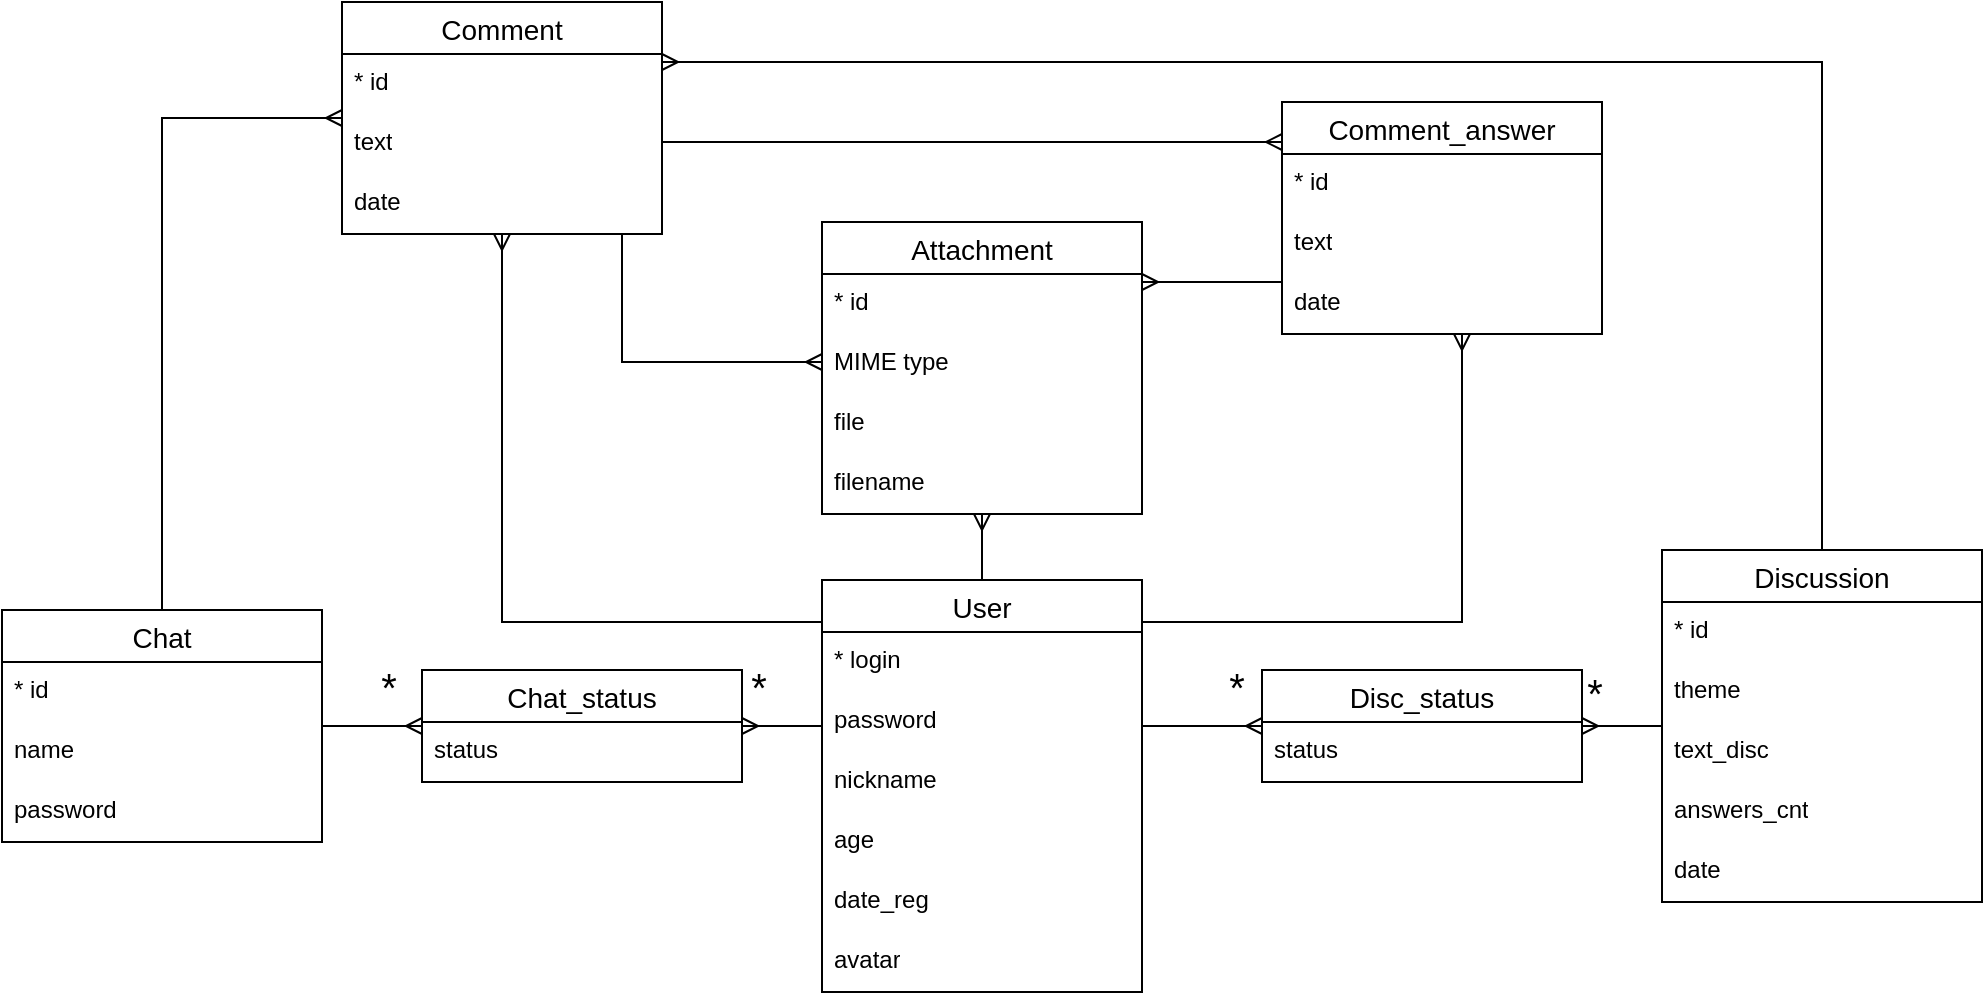
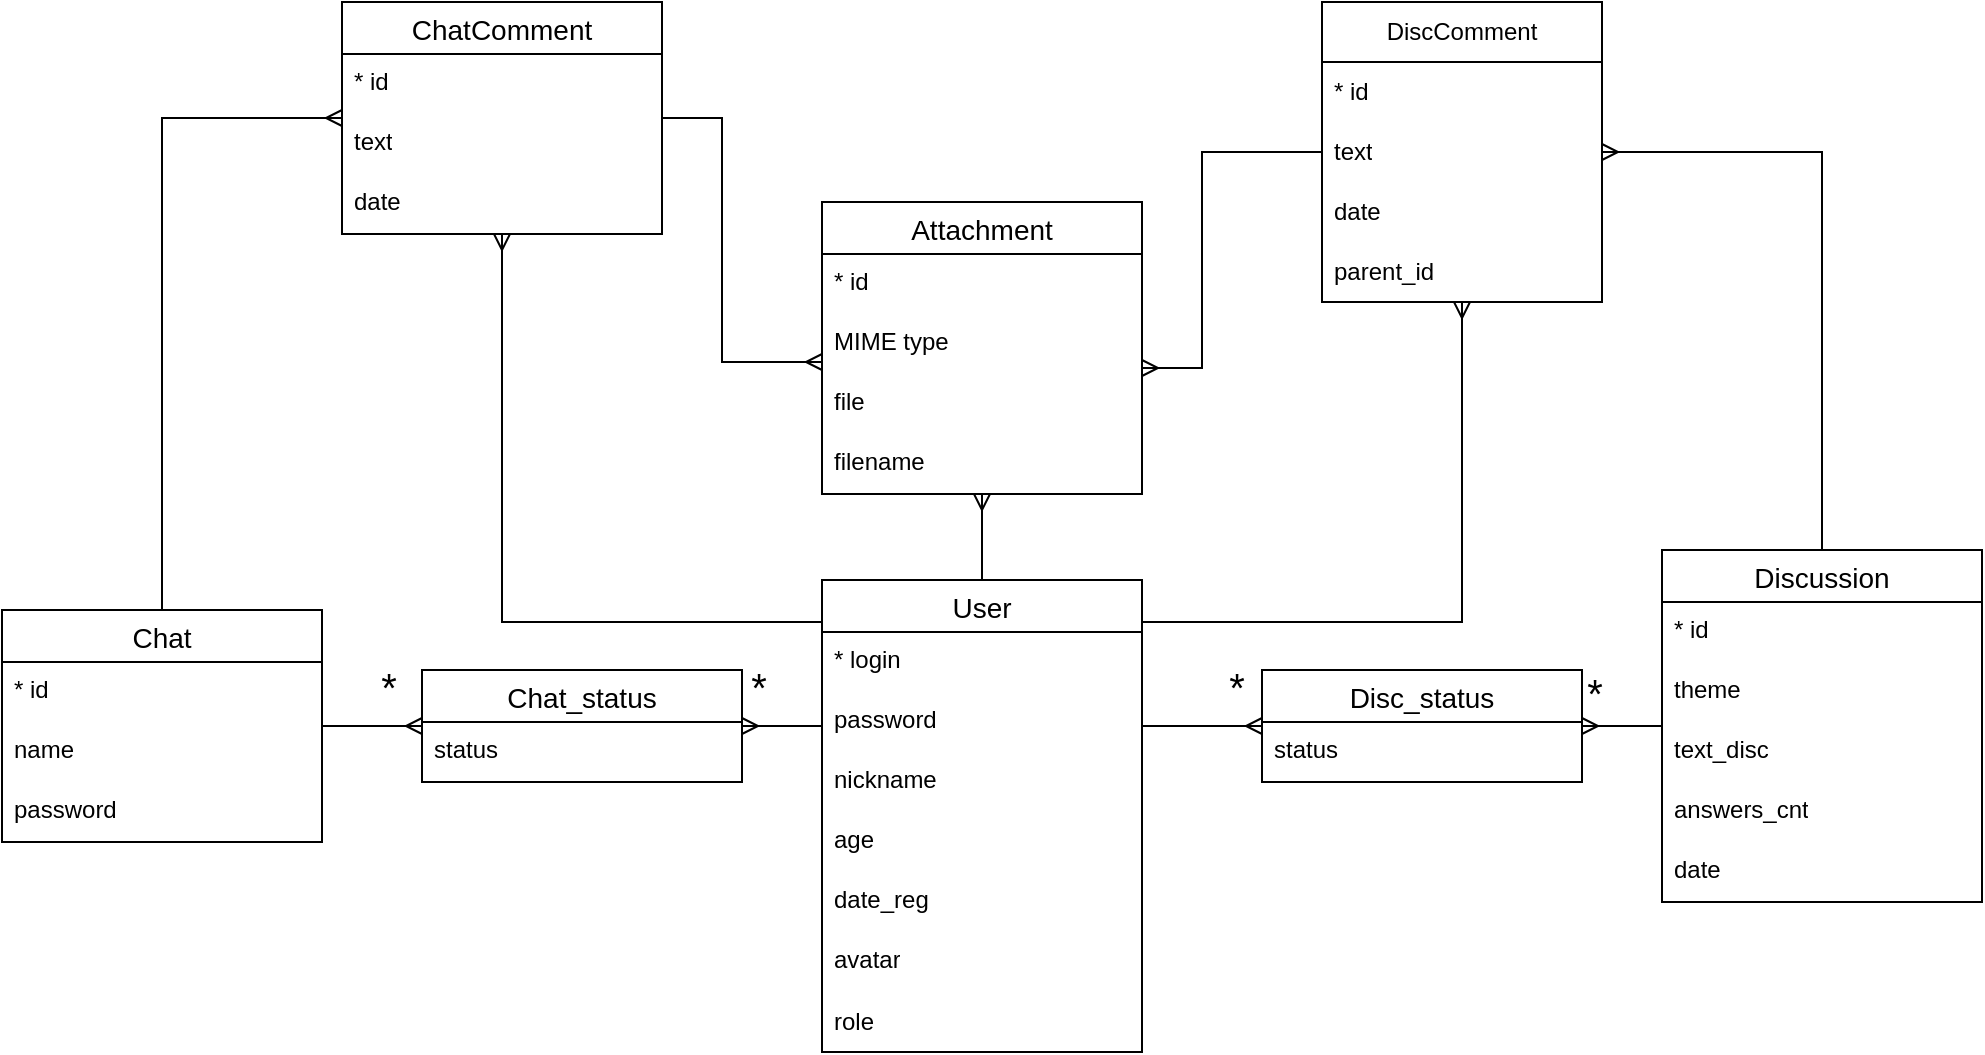
- <mxfile host="app.diagrams.net" agent="Mozilla/5.0 (Macintosh; Intel Mac OS X 10_15_7) AppleWebKit/537.36 (KHTML, like Gecko) Chrome/130.0.0.0 YaBrowser/24.12.0.0 Safari/537.36" version="26.0.7">
+ <mxfile host="app.diagrams.net" agent="Mozilla/5.0 (Macintosh; Intel Mac OS X 10_15_7) AppleWebKit/605.1.15 (KHTML, like Gecko) Version/18.6 Safari/605.1.15" version="28.1.2">
  <diagram name="Страница — 1" id="qsZHKwLuXaktWqu_MDjq">
-     <mxGraphModel dx="2069" dy="1976" grid="1" gridSize="10" guides="1" tooltips="1" connect="1" arrows="1" fold="1" page="1" pageScale="1" pageWidth="827" pageHeight="1169" math="0" shadow="0">
+     <mxGraphModel dx="2061" dy="1978" grid="1" gridSize="10" guides="1" tooltips="1" connect="1" arrows="1" fold="1" page="1" pageScale="1" pageWidth="827" pageHeight="1169" math="0" shadow="0">
      <root>
        <mxCell id="0" />
        <mxCell id="1" parent="0" />
        <mxCell id="t2UnP1yFzjZT7v1wwMU0-1" value="User" style="swimlane;fontStyle=0;childLayout=stackLayout;horizontal=1;startSize=26;horizontalStack=0;resizeParent=1;resizeParentMax=0;resizeLast=0;collapsible=1;marginBottom=0;align=center;fontSize=14;" parent="1" vertex="1">
-           <mxGeometry x="270" y="269" width="160" height="206" as="geometry" />
+           <mxGeometry x="270" y="269" width="160" height="236" as="geometry" />
        </mxCell>
        <mxCell id="t2UnP1yFzjZT7v1wwMU0-4" value="* login" style="text;strokeColor=none;fillColor=none;spacingLeft=4;spacingRight=4;overflow=hidden;rotatable=0;points=[[0,0.5],[1,0.5]];portConstraint=eastwest;fontSize=12;whiteSpace=wrap;html=1;" parent="t2UnP1yFzjZT7v1wwMU0-1" vertex="1">
          <mxGeometry y="26" width="160" height="30" as="geometry" />
        </mxCell>
        <mxCell id="t2UnP1yFzjZT7v1wwMU0-5" value="password" style="text;strokeColor=none;fillColor=none;spacingLeft=4;spacingRight=4;overflow=hidden;rotatable=0;points=[[0,0.5],[1,0.5]];portConstraint=eastwest;fontSize=12;whiteSpace=wrap;html=1;" parent="t2UnP1yFzjZT7v1wwMU0-1" vertex="1">
          <mxGeometry y="56" width="160" height="30" as="geometry" />
        </mxCell>
        <mxCell id="t2UnP1yFzjZT7v1wwMU0-3" value="nickname" style="text;strokeColor=none;fillColor=none;spacingLeft=4;spacingRight=4;overflow=hidden;rotatable=0;points=[[0,0.5],[1,0.5]];portConstraint=eastwest;fontSize=12;whiteSpace=wrap;html=1;" parent="t2UnP1yFzjZT7v1wwMU0-1" vertex="1">
          <mxGeometry y="86" width="160" height="30" as="geometry" />
        </mxCell>
        <mxCell id="t2UnP1yFzjZT7v1wwMU0-36" value="age" style="text;strokeColor=none;fillColor=none;spacingLeft=4;spacingRight=4;overflow=hidden;rotatable=0;points=[[0,0.5],[1,0.5]];portConstraint=eastwest;fontSize=12;whiteSpace=wrap;html=1;" parent="t2UnP1yFzjZT7v1wwMU0-1" vertex="1">
          <mxGeometry y="116" width="160" height="30" as="geometry" />
        </mxCell>
-         <mxCell id="AwK20BKbUFJXtLNkU6MS-22" value="date_reg" style="text;strokeColor=none;fillColor=none;spacingLeft=4;spacingRight=4;overflow=hidden;rotatable=0;points=[[0,0.5],[1,0.5]];portConstraint=eastwest;fontSize=12;whiteSpace=wrap;html=1;" vertex="1" parent="t2UnP1yFzjZT7v1wwMU0-1">
+         <mxCell id="AwK20BKbUFJXtLNkU6MS-22" value="date_reg" style="text;strokeColor=none;fillColor=none;spacingLeft=4;spacingRight=4;overflow=hidden;rotatable=0;points=[[0,0.5],[1,0.5]];portConstraint=eastwest;fontSize=12;whiteSpace=wrap;html=1;" parent="t2UnP1yFzjZT7v1wwMU0-1" vertex="1">
          <mxGeometry y="146" width="160" height="30" as="geometry" />
        </mxCell>
-         <mxCell id="AwK20BKbUFJXtLNkU6MS-23" value="avatar" style="text;strokeColor=none;fillColor=none;spacingLeft=4;spacingRight=4;overflow=hidden;rotatable=0;points=[[0,0.5],[1,0.5]];portConstraint=eastwest;fontSize=12;whiteSpace=wrap;html=1;" vertex="1" parent="t2UnP1yFzjZT7v1wwMU0-1">
+         <mxCell id="AwK20BKbUFJXtLNkU6MS-23" value="avatar" style="text;strokeColor=none;fillColor=none;spacingLeft=4;spacingRight=4;overflow=hidden;rotatable=0;points=[[0,0.5],[1,0.5]];portConstraint=eastwest;fontSize=12;whiteSpace=wrap;html=1;" parent="t2UnP1yFzjZT7v1wwMU0-1" vertex="1">
          <mxGeometry y="176" width="160" height="30" as="geometry" />
+         </mxCell>
+         <mxCell id="495oetIDosr33X6KKxy7-6" value="role" style="text;strokeColor=none;fillColor=none;align=left;verticalAlign=middle;spacingLeft=4;spacingRight=4;overflow=hidden;points=[[0,0.5],[1,0.5]];portConstraint=eastwest;rotatable=0;whiteSpace=wrap;html=1;" vertex="1" parent="t2UnP1yFzjZT7v1wwMU0-1">
+           <mxGeometry y="206" width="160" height="30" as="geometry" />
        </mxCell>
        <mxCell id="t2UnP1yFzjZT7v1wwMU0-6" value="Discussion" style="swimlane;fontStyle=0;childLayout=stackLayout;horizontal=1;startSize=26;horizontalStack=0;resizeParent=1;resizeParentMax=0;resizeLast=0;collapsible=1;marginBottom=0;align=center;fontSize=14;" parent="1" vertex="1">
          <mxGeometry x="690" y="254" width="160" height="176" as="geometry" />
        </mxCell>
        <mxCell id="t2UnP1yFzjZT7v1wwMU0-7" value="* id" style="text;strokeColor=none;fillColor=none;spacingLeft=4;spacingRight=4;overflow=hidden;rotatable=0;points=[[0,0.5],[1,0.5]];portConstraint=eastwest;fontSize=12;whiteSpace=wrap;html=1;" parent="t2UnP1yFzjZT7v1wwMU0-6" vertex="1">
          <mxGeometry y="26" width="160" height="30" as="geometry" />
        </mxCell>
        <mxCell id="t2UnP1yFzjZT7v1wwMU0-8" value="theme" style="text;strokeColor=none;fillColor=none;spacingLeft=4;spacingRight=4;overflow=hidden;rotatable=0;points=[[0,0.5],[1,0.5]];portConstraint=eastwest;fontSize=12;whiteSpace=wrap;html=1;" parent="t2UnP1yFzjZT7v1wwMU0-6" vertex="1">
          <mxGeometry y="56" width="160" height="30" as="geometry" />
        </mxCell>
        <mxCell id="t2UnP1yFzjZT7v1wwMU0-9" value="text_disc" style="text;strokeColor=none;fillColor=none;spacingLeft=4;spacingRight=4;overflow=hidden;rotatable=0;points=[[0,0.5],[1,0.5]];portConstraint=eastwest;fontSize=12;whiteSpace=wrap;html=1;" parent="t2UnP1yFzjZT7v1wwMU0-6" vertex="1">
          <mxGeometry y="86" width="160" height="30" as="geometry" />
        </mxCell>
-         <mxCell id="AwK20BKbUFJXtLNkU6MS-1" value="answers_cnt" style="text;strokeColor=none;fillColor=none;spacingLeft=4;spacingRight=4;overflow=hidden;rotatable=0;points=[[0,0.5],[1,0.5]];portConstraint=eastwest;fontSize=12;whiteSpace=wrap;html=1;" vertex="1" parent="t2UnP1yFzjZT7v1wwMU0-6">
+         <mxCell id="AwK20BKbUFJXtLNkU6MS-1" value="answers_cnt" style="text;strokeColor=none;fillColor=none;spacingLeft=4;spacingRight=4;overflow=hidden;rotatable=0;points=[[0,0.5],[1,0.5]];portConstraint=eastwest;fontSize=12;whiteSpace=wrap;html=1;" parent="t2UnP1yFzjZT7v1wwMU0-6" vertex="1">
          <mxGeometry y="116" width="160" height="30" as="geometry" />
        </mxCell>
        <mxCell id="t2UnP1yFzjZT7v1wwMU0-19" value="date" style="text;strokeColor=none;fillColor=none;spacingLeft=4;spacingRight=4;overflow=hidden;rotatable=0;points=[[0,0.5],[1,0.5]];portConstraint=eastwest;fontSize=12;whiteSpace=wrap;html=1;" parent="t2UnP1yFzjZT7v1wwMU0-6" vertex="1">
          <mxGeometry y="146" width="160" height="30" as="geometry" />
        </mxCell>
-         <mxCell id="t2UnP1yFzjZT7v1wwMU0-10" value="Comment" style="swimlane;fontStyle=0;childLayout=stackLayout;horizontal=1;startSize=26;horizontalStack=0;resizeParent=1;resizeParentMax=0;resizeLast=0;collapsible=1;marginBottom=0;align=center;fontSize=14;" parent="1" vertex="1">
+         <mxCell id="t2UnP1yFzjZT7v1wwMU0-10" value="ChatComment" style="swimlane;fontStyle=0;childLayout=stackLayout;horizontal=1;startSize=26;horizontalStack=0;resizeParent=1;resizeParentMax=0;resizeLast=0;collapsible=1;marginBottom=0;align=center;fontSize=14;" parent="1" vertex="1">
          <mxGeometry x="30" y="-20" width="160" height="116" as="geometry" />
        </mxCell>
        <mxCell id="t2UnP1yFzjZT7v1wwMU0-11" value="* id" style="text;strokeColor=none;fillColor=none;spacingLeft=4;spacingRight=4;overflow=hidden;rotatable=0;points=[[0,0.5],[1,0.5]];portConstraint=eastwest;fontSize=12;whiteSpace=wrap;html=1;" parent="t2UnP1yFzjZT7v1wwMU0-10" vertex="1">
          <mxGeometry y="26" width="160" height="30" as="geometry" />
        </mxCell>
        <mxCell id="t2UnP1yFzjZT7v1wwMU0-13" value="text" style="text;strokeColor=none;fillColor=none;spacingLeft=4;spacingRight=4;overflow=hidden;rotatable=0;points=[[0,0.5],[1,0.5]];portConstraint=eastwest;fontSize=12;whiteSpace=wrap;html=1;" parent="t2UnP1yFzjZT7v1wwMU0-10" vertex="1">
          <mxGeometry y="56" width="160" height="30" as="geometry" />
        </mxCell>
        <mxCell id="t2UnP1yFzjZT7v1wwMU0-12" value="date" style="text;strokeColor=none;fillColor=none;spacingLeft=4;spacingRight=4;overflow=hidden;rotatable=0;points=[[0,0.5],[1,0.5]];portConstraint=eastwest;fontSize=12;whiteSpace=wrap;html=1;" parent="t2UnP1yFzjZT7v1wwMU0-10" vertex="1">
          <mxGeometry y="86" width="160" height="30" as="geometry" />
        </mxCell>
        <mxCell id="t2UnP1yFzjZT7v1wwMU0-14" value="Attachment" style="swimlane;fontStyle=0;childLayout=stackLayout;horizontal=1;startSize=26;horizontalStack=0;resizeParent=1;resizeParentMax=0;resizeLast=0;collapsible=1;marginBottom=0;align=center;fontSize=14;" parent="1" vertex="1">
-           <mxGeometry x="270" y="90" width="160" height="146" as="geometry" />
+           <mxGeometry x="270" y="80" width="160" height="146" as="geometry" />
        </mxCell>
        <mxCell id="t2UnP1yFzjZT7v1wwMU0-15" value="* id" style="text;strokeColor=none;fillColor=none;spacingLeft=4;spacingRight=4;overflow=hidden;rotatable=0;points=[[0,0.5],[1,0.5]];portConstraint=eastwest;fontSize=12;whiteSpace=wrap;html=1;" parent="t2UnP1yFzjZT7v1wwMU0-14" vertex="1">
          <mxGeometry y="26" width="160" height="30" as="geometry" />
        </mxCell>
        <mxCell id="t2UnP1yFzjZT7v1wwMU0-16" value="MIME type" style="text;strokeColor=none;fillColor=none;spacingLeft=4;spacingRight=4;overflow=hidden;rotatable=0;points=[[0,0.5],[1,0.5]];portConstraint=eastwest;fontSize=12;whiteSpace=wrap;html=1;" parent="t2UnP1yFzjZT7v1wwMU0-14" vertex="1">
          <mxGeometry y="56" width="160" height="30" as="geometry" />
        </mxCell>
        <mxCell id="t2UnP1yFzjZT7v1wwMU0-17" value="file" style="text;strokeColor=none;fillColor=none;spacingLeft=4;spacingRight=4;overflow=hidden;rotatable=0;points=[[0,0.5],[1,0.5]];portConstraint=eastwest;fontSize=12;whiteSpace=wrap;html=1;" parent="t2UnP1yFzjZT7v1wwMU0-14" vertex="1">
          <mxGeometry y="86" width="160" height="30" as="geometry" />
        </mxCell>
        <mxCell id="t2UnP1yFzjZT7v1wwMU0-18" value="filename" style="text;strokeColor=none;fillColor=none;spacingLeft=4;spacingRight=4;overflow=hidden;rotatable=0;points=[[0,0.5],[1,0.5]];portConstraint=eastwest;fontSize=12;whiteSpace=wrap;html=1;" parent="t2UnP1yFzjZT7v1wwMU0-14" vertex="1">
          <mxGeometry y="116" width="160" height="30" as="geometry" />
        </mxCell>
        <mxCell id="t2UnP1yFzjZT7v1wwMU0-20" value="Chat" style="swimlane;fontStyle=0;childLayout=stackLayout;horizontal=1;startSize=26;horizontalStack=0;resizeParent=1;resizeParentMax=0;resizeLast=0;collapsible=1;marginBottom=0;align=center;fontSize=14;" parent="1" vertex="1">
          <mxGeometry x="-140" y="284" width="160" height="116" as="geometry" />
        </mxCell>
        <mxCell id="t2UnP1yFzjZT7v1wwMU0-21" value="* id" style="text;strokeColor=none;fillColor=none;spacingLeft=4;spacingRight=4;overflow=hidden;rotatable=0;points=[[0,0.5],[1,0.5]];portConstraint=eastwest;fontSize=12;whiteSpace=wrap;html=1;" parent="t2UnP1yFzjZT7v1wwMU0-20" vertex="1">
          <mxGeometry y="26" width="160" height="30" as="geometry" />
        </mxCell>
        <mxCell id="t2UnP1yFzjZT7v1wwMU0-22" value="name" style="text;strokeColor=none;fillColor=none;spacingLeft=4;spacingRight=4;overflow=hidden;rotatable=0;points=[[0,0.5],[1,0.5]];portConstraint=eastwest;fontSize=12;whiteSpace=wrap;html=1;" parent="t2UnP1yFzjZT7v1wwMU0-20" vertex="1">
          <mxGeometry y="56" width="160" height="30" as="geometry" />
        </mxCell>
        <mxCell id="t2UnP1yFzjZT7v1wwMU0-23" value="password" style="text;strokeColor=none;fillColor=none;spacingLeft=4;spacingRight=4;overflow=hidden;rotatable=0;points=[[0,0.5],[1,0.5]];portConstraint=eastwest;fontSize=12;whiteSpace=wrap;html=1;" parent="t2UnP1yFzjZT7v1wwMU0-20" vertex="1">
          <mxGeometry y="86" width="160" height="30" as="geometry" />
        </mxCell>
-         <mxCell id="t2UnP1yFzjZT7v1wwMU0-32" value="Comment_answer" style="swimlane;fontStyle=0;childLayout=stackLayout;horizontal=1;startSize=26;horizontalStack=0;resizeParent=1;resizeParentMax=0;resizeLast=0;collapsible=1;marginBottom=0;align=center;fontSize=14;" parent="1" vertex="1">
-           <mxGeometry x="500" y="30" width="160" height="116" as="geometry" />
-         </mxCell>
-         <mxCell id="t2UnP1yFzjZT7v1wwMU0-33" value="* id" style="text;strokeColor=none;fillColor=none;spacingLeft=4;spacingRight=4;overflow=hidden;rotatable=0;points=[[0,0.5],[1,0.5]];portConstraint=eastwest;fontSize=12;whiteSpace=wrap;html=1;" parent="t2UnP1yFzjZT7v1wwMU0-32" vertex="1">
-           <mxGeometry y="26" width="160" height="30" as="geometry" />
-         </mxCell>
-         <mxCell id="t2UnP1yFzjZT7v1wwMU0-35" value="text" style="text;strokeColor=none;fillColor=none;spacingLeft=4;spacingRight=4;overflow=hidden;rotatable=0;points=[[0,0.5],[1,0.5]];portConstraint=eastwest;fontSize=12;whiteSpace=wrap;html=1;" parent="t2UnP1yFzjZT7v1wwMU0-32" vertex="1">
-           <mxGeometry y="56" width="160" height="30" as="geometry" />
-         </mxCell>
-         <mxCell id="t2UnP1yFzjZT7v1wwMU0-34" value="date" style="text;strokeColor=none;fillColor=none;spacingLeft=4;spacingRight=4;overflow=hidden;rotatable=0;points=[[0,0.5],[1,0.5]];portConstraint=eastwest;fontSize=12;whiteSpace=wrap;html=1;" parent="t2UnP1yFzjZT7v1wwMU0-32" vertex="1">
-           <mxGeometry y="86" width="160" height="30" as="geometry" />
-         </mxCell>
-         <mxCell id="AwK20BKbUFJXtLNkU6MS-2" value="" style="edgeStyle=orthogonalEdgeStyle;fontSize=12;html=1;endArrow=none;rounded=0;startFill=0;startArrow=ERmany;" edge="1" parent="1" source="t2UnP1yFzjZT7v1wwMU0-24" target="t2UnP1yFzjZT7v1wwMU0-6">
-           <mxGeometry width="100" height="100" relative="1" as="geometry">
-             <mxPoint x="260" y="410" as="sourcePoint" />
-             <mxPoint x="360" y="310" as="targetPoint" />
-           </mxGeometry>
-         </mxCell>
-         <mxCell id="AwK20BKbUFJXtLNkU6MS-15" value="&lt;font style=&quot;font-size: 20px;&quot;&gt;*&lt;/font&gt;" style="edgeLabel;html=1;align=center;verticalAlign=middle;resizable=0;points=[];" vertex="1" connectable="0" parent="AwK20BKbUFJXtLNkU6MS-2">
+         <mxCell id="AwK20BKbUFJXtLNkU6MS-2" value="" style="edgeStyle=orthogonalEdgeStyle;fontSize=12;html=1;endArrow=none;rounded=0;startFill=0;startArrow=ERmany;" parent="1" source="t2UnP1yFzjZT7v1wwMU0-24" target="t2UnP1yFzjZT7v1wwMU0-6" edge="1">
+           <mxGeometry width="100" height="100" relative="1" as="geometry">
+             <mxPoint x="260" y="410" as="sourcePoint" />
+             <mxPoint x="360" y="310" as="targetPoint" />
+           </mxGeometry>
+         </mxCell>
+         <mxCell id="AwK20BKbUFJXtLNkU6MS-15" value="&lt;font style=&quot;font-size: 20px;&quot;&gt;*&lt;/font&gt;" style="edgeLabel;html=1;align=center;verticalAlign=middle;resizable=0;points=[];" parent="AwK20BKbUFJXtLNkU6MS-2" vertex="1" connectable="0">
          <mxGeometry x="-0.12" relative="1" as="geometry">
            <mxPoint x="-12" y="-17" as="offset" />
          </mxGeometry>
        </mxCell>
-         <mxCell id="AwK20BKbUFJXtLNkU6MS-3" value="" style="edgeStyle=orthogonalEdgeStyle;fontSize=12;html=1;endArrow=none;rounded=0;startArrow=ERmany;startFill=0;" edge="1" parent="1" source="t2UnP1yFzjZT7v1wwMU0-28" target="t2UnP1yFzjZT7v1wwMU0-20">
-           <mxGeometry width="100" height="100" relative="1" as="geometry">
-             <mxPoint x="260" y="410" as="sourcePoint" />
-             <mxPoint x="360" y="310" as="targetPoint" />
-           </mxGeometry>
-         </mxCell>
-         <mxCell id="AwK20BKbUFJXtLNkU6MS-4" value="" style="edgeStyle=orthogonalEdgeStyle;fontSize=12;html=1;endArrow=ERmany;rounded=0;" edge="1" parent="1" source="t2UnP1yFzjZT7v1wwMU0-1" target="t2UnP1yFzjZT7v1wwMU0-24">
+         <mxCell id="AwK20BKbUFJXtLNkU6MS-3" value="" style="edgeStyle=orthogonalEdgeStyle;fontSize=12;html=1;endArrow=none;rounded=0;startArrow=ERmany;startFill=0;" parent="1" source="t2UnP1yFzjZT7v1wwMU0-28" target="t2UnP1yFzjZT7v1wwMU0-20" edge="1">
+           <mxGeometry width="100" height="100" relative="1" as="geometry">
+             <mxPoint x="260" y="410" as="sourcePoint" />
+             <mxPoint x="360" y="310" as="targetPoint" />
+           </mxGeometry>
+         </mxCell>
+         <mxCell id="AwK20BKbUFJXtLNkU6MS-4" value="" style="edgeStyle=orthogonalEdgeStyle;fontSize=12;html=1;endArrow=ERmany;rounded=0;" parent="1" source="t2UnP1yFzjZT7v1wwMU0-1" target="t2UnP1yFzjZT7v1wwMU0-24" edge="1">
          <mxGeometry width="100" height="100" relative="1" as="geometry">
            <mxPoint x="440" y="358" as="sourcePoint" />
            <mxPoint x="700" y="268" as="targetPoint" />
            <Array as="points">
              <mxPoint x="450" y="342" />
              <mxPoint x="450" y="342" />
            </Array>
          </mxGeometry>
        </mxCell>
        <mxCell id="t2UnP1yFzjZT7v1wwMU0-24" value="Disc_status" style="swimlane;fontStyle=0;childLayout=stackLayout;horizontal=1;startSize=26;horizontalStack=0;resizeParent=1;resizeParentMax=0;resizeLast=0;collapsible=1;marginBottom=0;align=center;fontSize=14;" parent="1" vertex="1">
          <mxGeometry x="490" y="314" width="160" height="56" as="geometry" />
        </mxCell>
        <mxCell id="t2UnP1yFzjZT7v1wwMU0-26" value="status" style="text;strokeColor=none;fillColor=none;spacingLeft=4;spacingRight=4;overflow=hidden;rotatable=0;points=[[0,0.5],[1,0.5]];portConstraint=eastwest;fontSize=12;whiteSpace=wrap;html=1;" parent="t2UnP1yFzjZT7v1wwMU0-24" vertex="1">
          <mxGeometry y="26" width="160" height="30" as="geometry" />
        </mxCell>
-         <mxCell id="AwK20BKbUFJXtLNkU6MS-5" value="" style="edgeStyle=orthogonalEdgeStyle;fontSize=12;html=1;endArrow=ERmany;rounded=0;" edge="1" parent="1" source="t2UnP1yFzjZT7v1wwMU0-1" target="t2UnP1yFzjZT7v1wwMU0-28">
+         <mxCell id="AwK20BKbUFJXtLNkU6MS-5" value="" style="edgeStyle=orthogonalEdgeStyle;fontSize=12;html=1;endArrow=ERmany;rounded=0;" parent="1" source="t2UnP1yFzjZT7v1wwMU0-1" target="t2UnP1yFzjZT7v1wwMU0-28" edge="1">
          <mxGeometry width="100" height="100" relative="1" as="geometry">
            <mxPoint x="280" y="339" as="sourcePoint" />
            <mxPoint x="20" y="354" as="targetPoint" />
            <Array as="points">
              <mxPoint x="260" y="342" />
              <mxPoint x="260" y="342" />
            </Array>
          </mxGeometry>
        </mxCell>
        <mxCell id="t2UnP1yFzjZT7v1wwMU0-28" value="Chat_status" style="swimlane;fontStyle=0;childLayout=stackLayout;horizontal=1;startSize=26;horizontalStack=0;resizeParent=1;resizeParentMax=0;resizeLast=0;collapsible=1;marginBottom=0;align=center;fontSize=14;" parent="1" vertex="1">
          <mxGeometry x="70" y="314" width="160" height="56" as="geometry" />
        </mxCell>
        <mxCell id="t2UnP1yFzjZT7v1wwMU0-30" value="status" style="text;strokeColor=none;fillColor=none;spacingLeft=4;spacingRight=4;overflow=hidden;rotatable=0;points=[[0,0.5],[1,0.5]];portConstraint=eastwest;fontSize=12;whiteSpace=wrap;html=1;" parent="t2UnP1yFzjZT7v1wwMU0-28" vertex="1">
          <mxGeometry y="26" width="160" height="30" as="geometry" />
        </mxCell>
-         <mxCell id="AwK20BKbUFJXtLNkU6MS-6" value="" style="edgeStyle=orthogonalEdgeStyle;fontSize=12;html=1;endArrow=ERmany;rounded=0;" edge="1" parent="1" source="t2UnP1yFzjZT7v1wwMU0-20" target="t2UnP1yFzjZT7v1wwMU0-10">
+         <mxCell id="AwK20BKbUFJXtLNkU6MS-6" value="" style="edgeStyle=orthogonalEdgeStyle;fontSize=12;html=1;endArrow=ERmany;rounded=0;" parent="1" source="t2UnP1yFzjZT7v1wwMU0-20" target="t2UnP1yFzjZT7v1wwMU0-10" edge="1">
          <mxGeometry width="100" height="100" relative="1" as="geometry">
            <mxPoint x="260" y="410" as="sourcePoint" />
            <mxPoint x="360" y="310" as="targetPoint" />
            <Array as="points">
              <mxPoint x="-60" y="38" />
            </Array>
          </mxGeometry>
        </mxCell>
-         <mxCell id="AwK20BKbUFJXtLNkU6MS-7" value="" style="edgeStyle=orthogonalEdgeStyle;fontSize=12;html=1;endArrow=ERmany;rounded=0;" edge="1" parent="1" source="t2UnP1yFzjZT7v1wwMU0-6" target="t2UnP1yFzjZT7v1wwMU0-10">
-           <mxGeometry width="100" height="100" relative="1" as="geometry">
-             <mxPoint x="260" y="410" as="sourcePoint" />
-             <mxPoint x="360" y="310" as="targetPoint" />
-             <Array as="points">
-               <mxPoint x="770" y="10" />
-             </Array>
-           </mxGeometry>
-         </mxCell>
-         <mxCell id="AwK20BKbUFJXtLNkU6MS-8" value="" style="edgeStyle=orthogonalEdgeStyle;fontSize=12;html=1;endArrow=ERmany;rounded=0;" edge="1" parent="1" source="t2UnP1yFzjZT7v1wwMU0-1" target="t2UnP1yFzjZT7v1wwMU0-10">
+         <mxCell id="AwK20BKbUFJXtLNkU6MS-7" value="" style="edgeStyle=orthogonalEdgeStyle;fontSize=12;html=1;endArrow=ERmany;rounded=0;" parent="1" source="t2UnP1yFzjZT7v1wwMU0-6" target="495oetIDosr33X6KKxy7-1" edge="1">
+           <mxGeometry width="100" height="100" relative="1" as="geometry">
+             <mxPoint x="260" y="410" as="sourcePoint" />
+             <mxPoint x="360" y="310" as="targetPoint" />
+             <Array as="points">
+               <mxPoint x="770" y="55" />
+             </Array>
+           </mxGeometry>
+         </mxCell>
+         <mxCell id="AwK20BKbUFJXtLNkU6MS-8" value="" style="edgeStyle=orthogonalEdgeStyle;fontSize=12;html=1;endArrow=ERmany;rounded=0;" parent="1" source="t2UnP1yFzjZT7v1wwMU0-1" target="t2UnP1yFzjZT7v1wwMU0-10" edge="1">
          <mxGeometry width="100" height="100" relative="1" as="geometry">
            <mxPoint x="260" y="410" as="sourcePoint" />
            <mxPoint x="360" y="310" as="targetPoint" />
            <Array as="points">
              <mxPoint x="110" y="290" />
            </Array>
          </mxGeometry>
        </mxCell>
-         <mxCell id="AwK20BKbUFJXtLNkU6MS-9" value="" style="edgeStyle=orthogonalEdgeStyle;fontSize=12;html=1;endArrow=ERmany;rounded=0;" edge="1" parent="1" source="t2UnP1yFzjZT7v1wwMU0-10" target="t2UnP1yFzjZT7v1wwMU0-32">
-           <mxGeometry width="100" height="100" relative="1" as="geometry">
-             <mxPoint x="260" y="340" as="sourcePoint" />
-             <mxPoint x="360" y="240" as="targetPoint" />
-             <Array as="points">
-               <mxPoint x="380" y="50" />
-               <mxPoint x="380" y="50" />
-             </Array>
-           </mxGeometry>
-         </mxCell>
-         <mxCell id="AwK20BKbUFJXtLNkU6MS-10" value="" style="edgeStyle=orthogonalEdgeStyle;fontSize=12;html=1;endArrow=none;rounded=0;startArrow=ERmany;startFill=0;" edge="1" parent="1" source="t2UnP1yFzjZT7v1wwMU0-14" target="t2UnP1yFzjZT7v1wwMU0-1">
+         <mxCell id="AwK20BKbUFJXtLNkU6MS-10" value="" style="edgeStyle=orthogonalEdgeStyle;fontSize=12;html=1;endArrow=none;rounded=0;startArrow=ERmany;startFill=0;" parent="1" source="t2UnP1yFzjZT7v1wwMU0-14" target="t2UnP1yFzjZT7v1wwMU0-1" edge="1">
          <mxGeometry width="100" height="100" relative="1" as="geometry">
            <mxPoint x="330" y="450" as="sourcePoint" />
            <mxPoint x="360" y="240" as="targetPoint" />
          </mxGeometry>
        </mxCell>
-         <mxCell id="AwK20BKbUFJXtLNkU6MS-14" value="" style="edgeStyle=orthogonalEdgeStyle;fontSize=12;html=1;endArrow=ERmany;rounded=0;" edge="1" parent="1" source="t2UnP1yFzjZT7v1wwMU0-1" target="t2UnP1yFzjZT7v1wwMU0-32">
+         <mxCell id="AwK20BKbUFJXtLNkU6MS-14" value="" style="edgeStyle=orthogonalEdgeStyle;fontSize=12;html=1;endArrow=ERmany;rounded=0;" parent="1" source="t2UnP1yFzjZT7v1wwMU0-1" target="495oetIDosr33X6KKxy7-1" edge="1">
+           <mxGeometry width="100" height="100" relative="1" as="geometry">
+             <mxPoint x="260" y="370" as="sourcePoint" />
+             <mxPoint x="590" y="146" as="targetPoint" />
+             <Array as="points">
+               <mxPoint x="590" y="290" />
+             </Array>
+           </mxGeometry>
+         </mxCell>
+         <mxCell id="AwK20BKbUFJXtLNkU6MS-16" value="&lt;font style=&quot;font-size: 20px;&quot;&gt;*&lt;/font&gt;" style="edgeLabel;html=1;align=center;verticalAlign=middle;resizable=0;points=[];" parent="1" vertex="1" connectable="0">
+           <mxGeometry x="670" y="332" as="geometry">
+             <mxPoint x="-193" y="-10" as="offset" />
+           </mxGeometry>
+         </mxCell>
+         <mxCell id="AwK20BKbUFJXtLNkU6MS-17" value="&lt;font style=&quot;font-size: 20px;&quot;&gt;*&lt;/font&gt;" style="edgeLabel;html=1;align=center;verticalAlign=middle;resizable=0;points=[];" parent="1" vertex="1" connectable="0">
+           <mxGeometry x="670" y="342" as="geometry">
+             <mxPoint x="-432" y="-20" as="offset" />
+           </mxGeometry>
+         </mxCell>
+         <mxCell id="AwK20BKbUFJXtLNkU6MS-18" value="&lt;font style=&quot;font-size: 20px;&quot;&gt;*&lt;/font&gt;" style="edgeLabel;html=1;align=center;verticalAlign=middle;resizable=0;points=[];" parent="1" vertex="1" connectable="0">
+           <mxGeometry x="670" y="352" as="geometry">
+             <mxPoint x="-617" y="-30" as="offset" />
+           </mxGeometry>
+         </mxCell>
+         <mxCell id="AwK20BKbUFJXtLNkU6MS-20" value="" style="edgeStyle=orthogonalEdgeStyle;fontSize=12;html=1;endArrow=ERmany;rounded=0;" parent="1" source="t2UnP1yFzjZT7v1wwMU0-10" target="t2UnP1yFzjZT7v1wwMU0-14" edge="1">
          <mxGeometry width="100" height="100" relative="1" as="geometry">
            <mxPoint x="260" y="370" as="sourcePoint" />
            <mxPoint x="360" y="270" as="targetPoint" />
            <Array as="points">
-               <mxPoint x="590" y="290" />
-             </Array>
-           </mxGeometry>
-         </mxCell>
-         <mxCell id="AwK20BKbUFJXtLNkU6MS-16" value="&lt;font style=&quot;font-size: 20px;&quot;&gt;*&lt;/font&gt;" style="edgeLabel;html=1;align=center;verticalAlign=middle;resizable=0;points=[];" vertex="1" connectable="0" parent="1">
-           <mxGeometry x="670" y="332" as="geometry">
-             <mxPoint x="-193" y="-10" as="offset" />
-           </mxGeometry>
-         </mxCell>
-         <mxCell id="AwK20BKbUFJXtLNkU6MS-17" value="&lt;font style=&quot;font-size: 20px;&quot;&gt;*&lt;/font&gt;" style="edgeLabel;html=1;align=center;verticalAlign=middle;resizable=0;points=[];" vertex="1" connectable="0" parent="1">
-           <mxGeometry x="670" y="342" as="geometry">
-             <mxPoint x="-432" y="-20" as="offset" />
-           </mxGeometry>
-         </mxCell>
-         <mxCell id="AwK20BKbUFJXtLNkU6MS-18" value="&lt;font style=&quot;font-size: 20px;&quot;&gt;*&lt;/font&gt;" style="edgeLabel;html=1;align=center;verticalAlign=middle;resizable=0;points=[];" vertex="1" connectable="0" parent="1">
-           <mxGeometry x="670" y="352" as="geometry">
-             <mxPoint x="-617" y="-30" as="offset" />
-           </mxGeometry>
-         </mxCell>
-         <mxCell id="AwK20BKbUFJXtLNkU6MS-20" value="" style="edgeStyle=orthogonalEdgeStyle;fontSize=12;html=1;endArrow=ERmany;rounded=0;" edge="1" parent="1" source="t2UnP1yFzjZT7v1wwMU0-10" target="t2UnP1yFzjZT7v1wwMU0-14">
-           <mxGeometry width="100" height="100" relative="1" as="geometry">
-             <mxPoint x="260" y="370" as="sourcePoint" />
+               <mxPoint x="220" y="38" />
+               <mxPoint x="220" y="160" />
+             </Array>
+           </mxGeometry>
+         </mxCell>
+         <mxCell id="AwK20BKbUFJXtLNkU6MS-21" value="" style="edgeStyle=orthogonalEdgeStyle;fontSize=12;html=1;endArrow=ERmany;rounded=0;" parent="1" source="495oetIDosr33X6KKxy7-1" target="t2UnP1yFzjZT7v1wwMU0-14" edge="1">
+           <mxGeometry width="100" height="100" relative="1" as="geometry">
+             <mxPoint x="500" y="120" as="sourcePoint" />
            <mxPoint x="360" y="270" as="targetPoint" />
            <Array as="points">
-               <mxPoint x="170" y="160" />
-             </Array>
-           </mxGeometry>
-         </mxCell>
-         <mxCell id="AwK20BKbUFJXtLNkU6MS-21" value="" style="edgeStyle=orthogonalEdgeStyle;fontSize=12;html=1;endArrow=ERmany;rounded=0;" edge="1" parent="1" source="t2UnP1yFzjZT7v1wwMU0-32" target="t2UnP1yFzjZT7v1wwMU0-14">
-           <mxGeometry width="100" height="100" relative="1" as="geometry">
-             <mxPoint x="260" y="370" as="sourcePoint" />
-             <mxPoint x="360" y="270" as="targetPoint" />
-             <Array as="points">
-               <mxPoint x="460" y="120" />
-               <mxPoint x="460" y="120" />
-             </Array>
-           </mxGeometry>
+               <mxPoint x="460" y="163" />
+             </Array>
+           </mxGeometry>
+         </mxCell>
+         <mxCell id="495oetIDosr33X6KKxy7-1" value="DiscComment" style="swimlane;fontStyle=0;childLayout=stackLayout;horizontal=1;startSize=30;horizontalStack=0;resizeParent=1;resizeParentMax=0;resizeLast=0;collapsible=1;marginBottom=0;whiteSpace=wrap;html=1;" vertex="1" parent="1">
+           <mxGeometry x="520" y="-20" width="140" height="150" as="geometry" />
+         </mxCell>
+         <mxCell id="495oetIDosr33X6KKxy7-2" value="* id" style="text;strokeColor=none;fillColor=none;align=left;verticalAlign=middle;spacingLeft=4;spacingRight=4;overflow=hidden;points=[[0,0.5],[1,0.5]];portConstraint=eastwest;rotatable=0;whiteSpace=wrap;html=1;" vertex="1" parent="495oetIDosr33X6KKxy7-1">
+           <mxGeometry y="30" width="140" height="30" as="geometry" />
+         </mxCell>
+         <mxCell id="495oetIDosr33X6KKxy7-3" value="text" style="text;strokeColor=none;fillColor=none;align=left;verticalAlign=middle;spacingLeft=4;spacingRight=4;overflow=hidden;points=[[0,0.5],[1,0.5]];portConstraint=eastwest;rotatable=0;whiteSpace=wrap;html=1;" vertex="1" parent="495oetIDosr33X6KKxy7-1">
+           <mxGeometry y="60" width="140" height="30" as="geometry" />
+         </mxCell>
+         <mxCell id="495oetIDosr33X6KKxy7-4" value="date" style="text;strokeColor=none;fillColor=none;align=left;verticalAlign=middle;spacingLeft=4;spacingRight=4;overflow=hidden;points=[[0,0.5],[1,0.5]];portConstraint=eastwest;rotatable=0;whiteSpace=wrap;html=1;" vertex="1" parent="495oetIDosr33X6KKxy7-1">
+           <mxGeometry y="90" width="140" height="30" as="geometry" />
+         </mxCell>
+         <mxCell id="495oetIDosr33X6KKxy7-5" value="parent_id" style="text;strokeColor=none;fillColor=none;align=left;verticalAlign=middle;spacingLeft=4;spacingRight=4;overflow=hidden;points=[[0,0.5],[1,0.5]];portConstraint=eastwest;rotatable=0;whiteSpace=wrap;html=1;" vertex="1" parent="495oetIDosr33X6KKxy7-1">
+           <mxGeometry y="120" width="140" height="30" as="geometry" />
        </mxCell>
      </root>
    </mxGraphModel>
  </diagram>
</mxfile>
